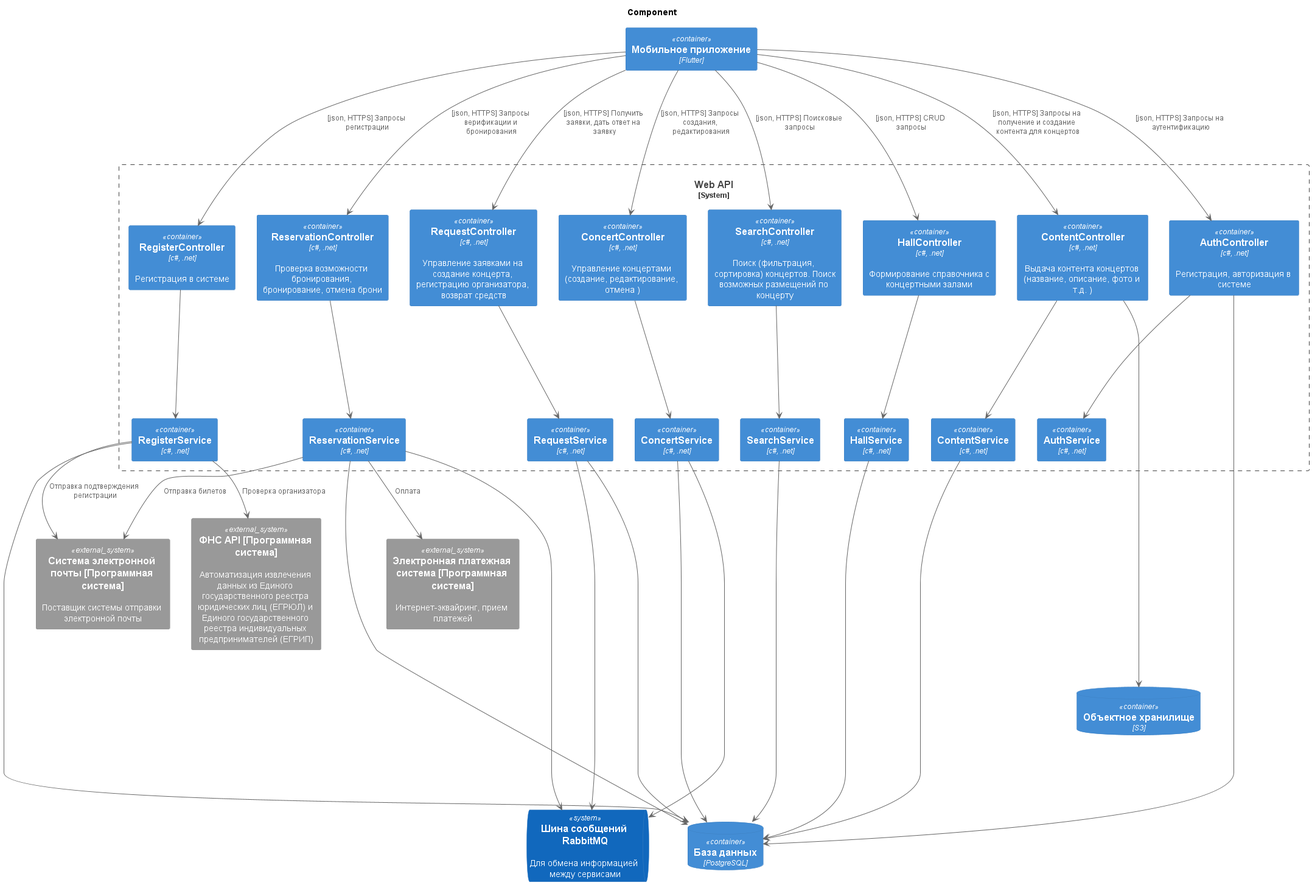
Above: out/C4 components diagram.png in Marillinnka/PPO (PlantUML), before the change.
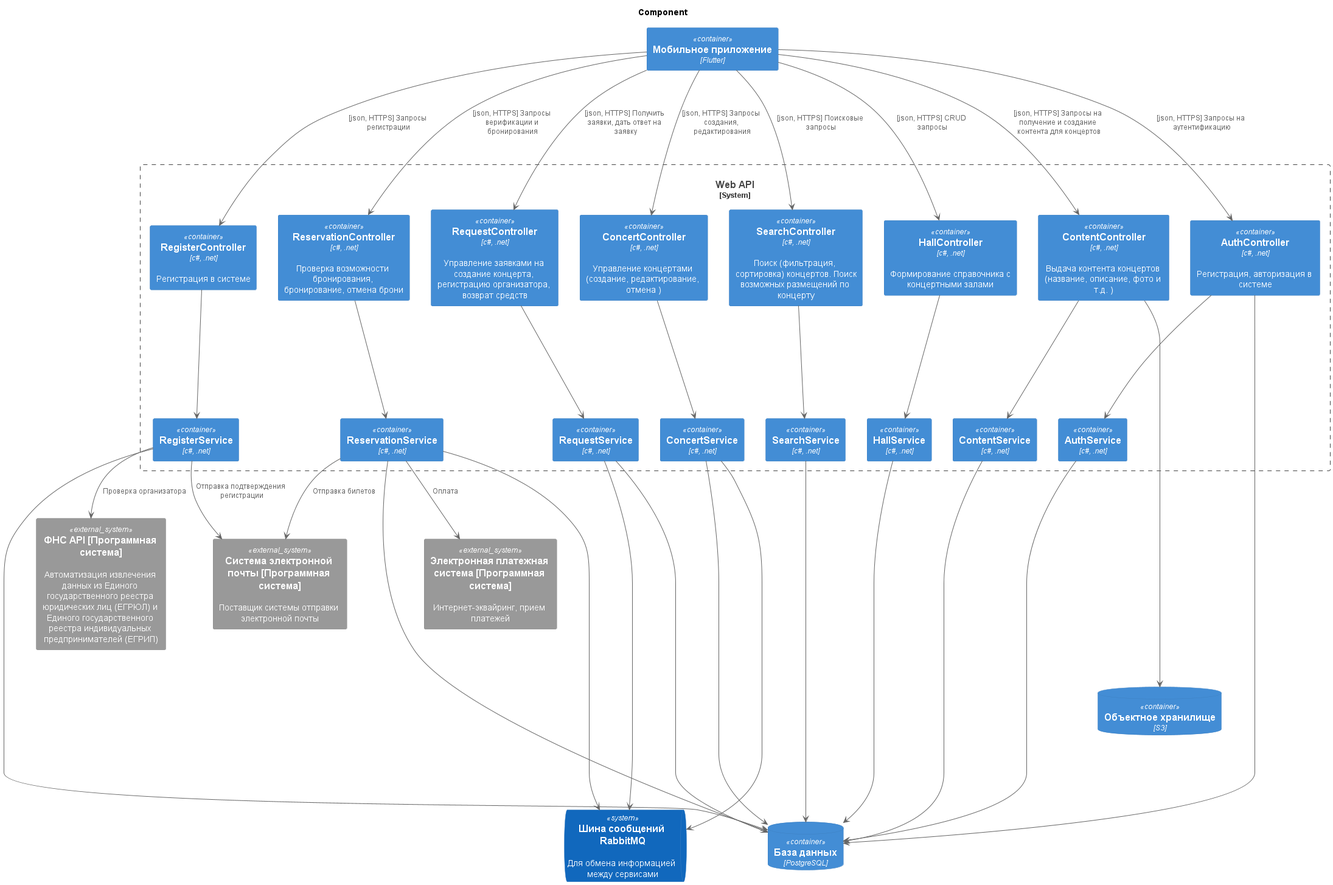
The same file after the commit.

Diff of the diagram source:
```diff
@@ -88,6 +88,7 @@
 content_service -----> ReadDataBase
 hall_service -----> ReadDataBase
 auth_controller ----> ReadDataBase
+auth_service ----> ReadDataBase
 
 reservation_service -----> MessageBus
 request_service -----> MessageBus
```
